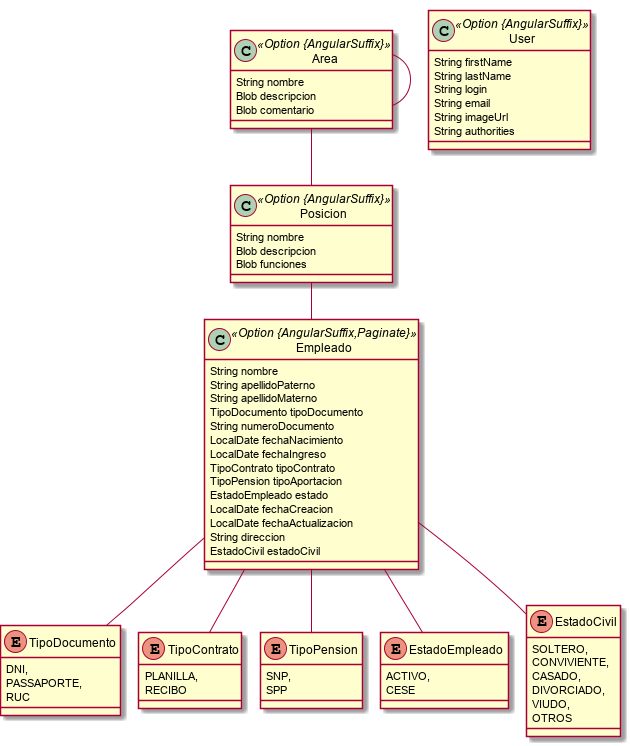
This is Rrhh.model.png from MIJAEL888/Sigma, a PlantUML export, as it was before one commit. Its diagram source:
```plantuml
@startuml
	!pragma graphviz_dot jdot
	!pragma syntax class
	class Empleado <<Option {AngularSuffix,Paginate}>> {
		String nombre
		String apellidoPaterno
		String apellidoMaterno
		TipoDocumento tipoDocumento
		String numeroDocumento
		LocalDate fechaNacimiento
		LocalDate fechaIngreso
		TipoContrato tipoContrato
		TipoPension tipoAportacion
		EstadoEmpleado estado
		LocalDate fechaCreacion
		LocalDate fechaActualizacion
		String direccion
		EstadoCivil estadoCivil
	}
	Empleado ..> TipoDocumento
	Empleado ..> TipoContrato
	Empleado ..> TipoPension
	Empleado ..> EstadoEmpleado
	Empleado ..> EstadoCivil
	class Posicion <<Option {AngularSuffix}>> {
		String nombre
		Blob descripcion
		Blob funciones
	}
	class Area <<Option {AngularSuffix}>> {
		String nombre
		Blob descripcion
		Blob comentario
	}
	enum EstadoCivil {
		SOLTERO,
		CONVIVIENTE,
		CASADO,
		DIVORCIADO,
		VIUDO,
		OTROS
	}
	enum TipoDocumento {
		DNI,
		PASSAPORTE,
		RUC
	}
	enum TipoContrato {
		PLANILLA,
		RECIBO
	}
	enum TipoPension {
		SNP,
		SPP
	}
	enum EstadoEmpleado {
		ACTIVO,
		CESE
	}
	Area  "area 0..1 " --o "0..* "  Posicion
	Posicion  "empleado 0..1 " --o "0..* "  Empleado
	Area  "gerencia 0..* " o-- "0..1 "  Area
	class User <<Option {AngularSuffix}>> {
		String firstName
		String lastName
		String login
		String email
		String imageUrl
		String authorities
	}
@enduml
```
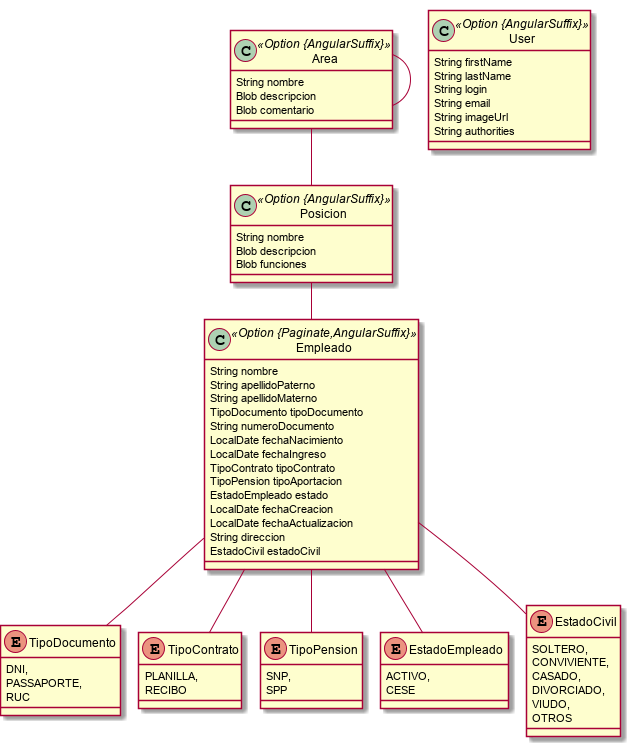
The same file after the commit.

What changed in the source:
```diff
@@ -1,7 +1,7 @@
 @startuml
 	!pragma graphviz_dot jdot
 	!pragma syntax class
-	class Empleado <<Option {AngularSuffix,Paginate}>> {
+	class Empleado <<Option {Paginate,AngularSuffix}>> {
 		String nombre
 		String apellidoPaterno
 		String apellidoMaterno
```
